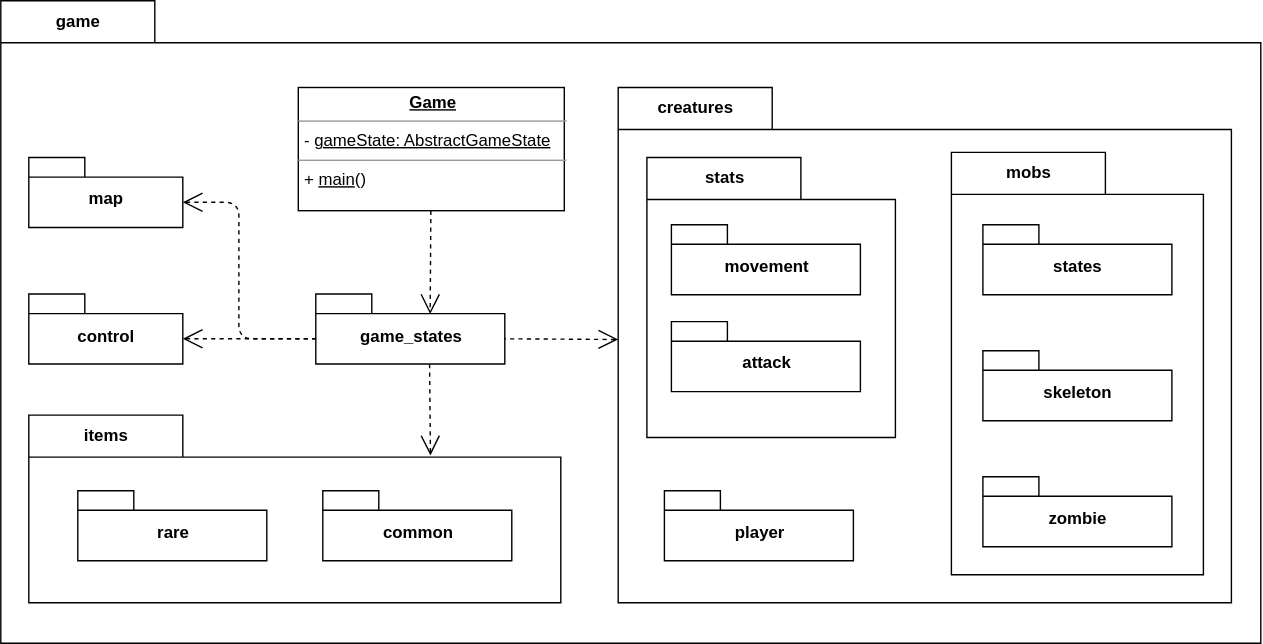
Earlier version of the draw.io export hw2/img/components.svg (rprtr258/program-architecture-homeworks). Source tidied: cells renumbered, new cells last; positions are measured from the earlier drawing's top-left corner, leaving out a move shared by most shapes.
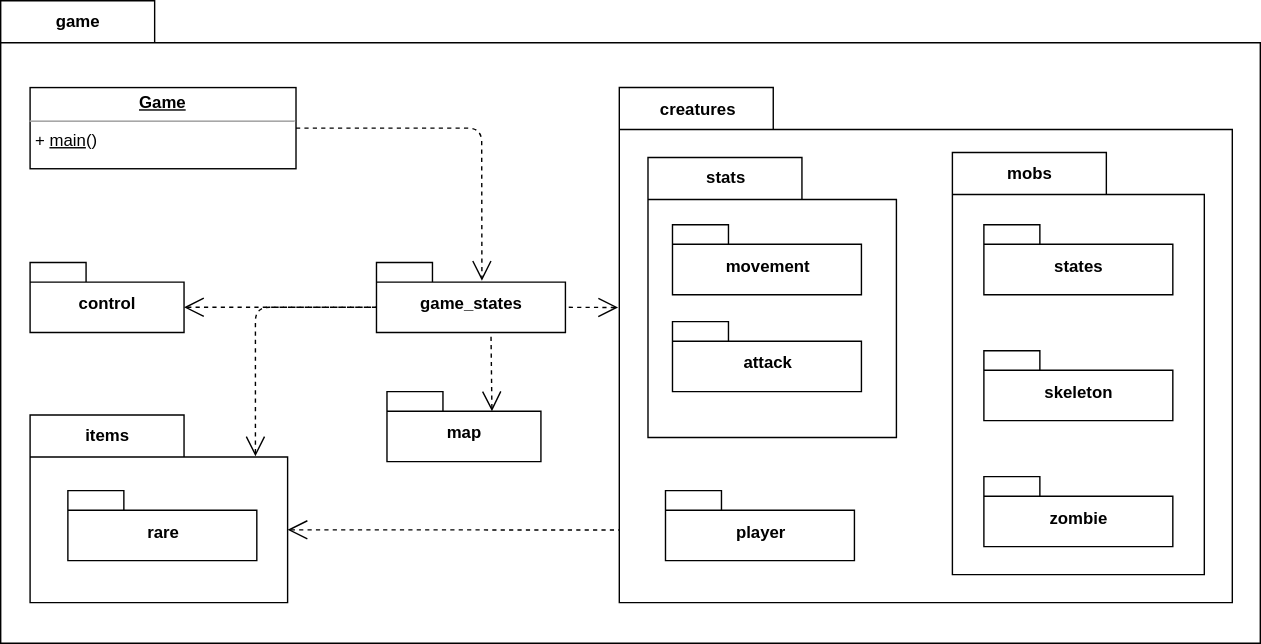
Above is the later version.

Change to the diagram source:
```diff
@@ -3,16 +3,16 @@
     <mxCell id="0" />
     <mxCell id="1" parent="0" />
     <mxCell id="2" value="game" style="shape=folder;fontStyle=1;tabWidth=110;tabHeight=30;tabPosition=left;html=1;boundedLbl=1;labelInHeader=1;" parent="1" vertex="1">
-      <mxGeometry width="900" height="459" as="geometry" />
+      <mxGeometry x="-1" width="900" height="459" as="geometry" />
     </mxCell>
     <mxCell id="3" value="control" style="shape=folder;fontStyle=1;spacingTop=10;tabWidth=40;tabHeight=14;tabPosition=left;html=1;" parent="1" vertex="1">
-      <mxGeometry x="20" y="209.5" width="110" height="50" as="geometry" />
+      <mxGeometry x="20" y="187" width="110" height="50" as="geometry" />
     </mxCell>
     <mxCell id="4" value="game_states" style="shape=folder;fontStyle=1;spacingTop=10;tabWidth=40;tabHeight=14;tabPosition=left;html=1;" parent="1" vertex="1">
-      <mxGeometry x="225" y="209.5" width="135" height="50" as="geometry" />
+      <mxGeometry x="267.5" y="187" width="135" height="50" as="geometry" />
     </mxCell>
     <mxCell id="5" value="map" style="shape=folder;fontStyle=1;spacingTop=10;tabWidth=40;tabHeight=14;tabPosition=left;html=1;" parent="1" vertex="1">
-      <mxGeometry x="20" y="112" width="110" height="50" as="geometry" />
+      <mxGeometry x="275" y="279.2" width="110" height="50" as="geometry" />
     </mxCell>
     <mxCell id="6" value="creatures" style="shape=folder;fontStyle=1;tabWidth=110;tabHeight=30;tabPosition=left;html=1;boundedLbl=1;labelInHeader=1;" parent="1" vertex="1">
       <mxGeometry x="441" y="62" width="438" height="368" as="geometry" />
@@ -41,39 +41,40 @@
     <mxCell id="14" value="attack" style="shape=folder;fontStyle=1;spacingTop=10;tabWidth=40;tabHeight=14;tabPosition=left;html=1;" parent="1" vertex="1">
       <mxGeometry x="479" y="229.2" width="135" height="50" as="geometry" />
     </mxCell>
-    <mxCell id="15" style="rounded=0;jettySize=auto;html=1;entryX=0;entryY=0;entryDx=0;entryDy=32;startArrow=open;startFill=0;endArrow=none;endFill=0;dashed=1;exitX=0;exitY=0;exitDx=110;exitDy=32;endSize=12;startSize=12;entryPerimeter=0;exitPerimeter=0;" parent="1" edge="1" source="3" target="4">
-      <mxGeometry relative="1" as="geometry" />
+    <mxCell id="15" style="rounded=1;jettySize=auto;html=1;startArrow=open;startFill=0;endArrow=none;endFill=0;dashed=1;exitX=0;exitY=0;exitDx=110;exitDy=32;endSize=12;startSize=12;exitPerimeter=0;edgeStyle=orthogonalEdgeStyle;entryX=0;entryY=0;entryDx=0;entryDy=32;entryPerimeter=0;" parent="1" edge="1" source="3" target="4">
+      <mxGeometry relative="1" as="geometry">
+        <Array as="points">
+          <mxPoint x="254" y="219" />
+          <mxPoint x="254" y="219" />
+        </Array>
+      </mxGeometry>
     </mxCell>
-    <mxCell id="16" style="rounded=1;jettySize=auto;html=1;startArrow=open;startFill=0;endArrow=none;endFill=0;dashed=1;exitX=0;exitY=0;exitDx=110;exitDy=32;endSize=12;startSize=12;exitPerimeter=0;entryX=0;entryY=0;entryDx=0;entryDy=32;entryPerimeter=0;edgeStyle=orthogonalEdgeStyle;" parent="1" edge="1" source="5" target="4">
-      <mxGeometry relative="1" as="geometry">
-        <Array as="points">
-          <mxPoint x="170" y="144" />
-          <mxPoint x="170" y="241" />
-        </Array>
-      </mxGeometry>
+    <mxCell id="16" style="rounded=1;jettySize=auto;html=1;startArrow=open;startFill=0;endArrow=none;endFill=0;dashed=1;exitX=0;exitY=0;exitDx=75;exitDy=14;endSize=12;startSize=12;exitPerimeter=0;entryX=0.606;entryY=1.002;entryDx=0;entryDy=0;entryPerimeter=0;" parent="1" edge="1" source="5" target="4">
+      <mxGeometry relative="1" as="geometry" />
     </mxCell>
-    <mxCell id="17" style="rounded=0;jettySize=auto;html=1;startArrow=open;startFill=0;endArrow=none;endFill=0;dashed=1;endSize=12;startSize=12;entryX=0.602;entryY=1.009;entryDx=0;entryDy=0;entryPerimeter=0;exitX=0.755;exitY=0.215;exitDx=0;exitDy=0;exitPerimeter=0;" parent="1" edge="1" source="19" target="4">
-      <mxGeometry relative="1" as="geometry" />
+    <mxCell id="17" style="rounded=1;jettySize=auto;html=1;startArrow=open;startFill=0;endArrow=none;endFill=0;dashed=1;endSize=12;startSize=12;entryX=0;entryY=0;entryDx=0;entryDy=32;entryPerimeter=0;exitX=0.875;exitY=0.22;exitDx=0;exitDy=0;exitPerimeter=0;edgeStyle=orthogonalEdgeStyle;" parent="1" edge="1" source="19" target="4">
+      <mxGeometry relative="1" as="geometry">
+        <Array as="points">
+          <mxPoint x="181" y="219" />
+        </Array>
+      </mxGeometry>
     </mxCell>
-    <mxCell id="18" style="rounded=0;orthogonalLoop=1;jettySize=auto;html=1;startArrow=open;startFill=0;endArrow=none;endFill=0;dashed=1;endSize=12;startSize=12;entryX=0;entryY=0;entryDx=135;entryDy=32;entryPerimeter=0;" parent="1" edge="1">
-      <mxGeometry relative="1" as="geometry">
-        <mxPoint x="441" y="242" as="sourcePoint" />
-        <mxPoint x="360" y="241.5" as="targetPoint" />
-      </mxGeometry>
+    <mxCell id="18" style="rounded=0;jettySize=auto;html=1;startArrow=open;startFill=0;endArrow=none;endFill=0;dashed=1;endSize=12;startSize=12;entryX=0;entryY=0;entryDx=135;entryDy=32;entryPerimeter=0;exitX=-0.002;exitY=0.427;exitDx=0;exitDy=0;exitPerimeter=0;" parent="1" edge="1" source="6" target="4">
+      <mxGeometry relative="1" as="geometry" />
     </mxCell>
     <mxCell id="19" value="items" style="shape=folder;fontStyle=1;tabWidth=110;tabHeight=30;tabPosition=left;html=1;boundedLbl=1;labelInHeader=1;" parent="1" vertex="1">
-      <mxGeometry x="20" y="296" width="380" height="134" as="geometry" />
+      <mxGeometry x="20" y="296" width="184" height="134" as="geometry" />
     </mxCell>
     <mxCell id="20" value="rare" style="shape=folder;fontStyle=1;spacingTop=10;tabWidth=40;tabHeight=14;tabPosition=left;html=1;" parent="1" vertex="1">
-      <mxGeometry x="55" y="350" width="135" height="50" as="geometry" />
+      <mxGeometry x="47" y="350" width="135" height="50" as="geometry" />
     </mxCell>
-    <mxCell id="21" value="common" style="shape=folder;fontStyle=1;spacingTop=10;tabWidth=40;tabHeight=14;tabPosition=left;html=1;" parent="1" vertex="1">
-      <mxGeometry x="230" y="350" width="135" height="50" as="geometry" />
+    <mxCell id="21" value="&lt;p style=&quot;margin: 0px ; margin-top: 4px ; text-align: center&quot;&gt;&lt;b&gt;&lt;u&gt;Game&lt;/u&gt;&lt;/b&gt;&lt;/p&gt;&lt;hr size=&quot;1&quot;&gt;&lt;p style=&quot;margin: 0px ; margin-left: 4px&quot;&gt;+ &lt;u&gt;main&lt;/u&gt;()&lt;/p&gt;" style="verticalAlign=top;align=left;overflow=fill;fontSize=12;fontFamily=Helvetica;html=1;" parent="1" vertex="1">
+      <mxGeometry x="20" y="62" width="190" height="58" as="geometry" />
     </mxCell>
-    <mxCell id="22" value="&lt;p style=&quot;margin: 0px ; margin-top: 4px ; text-align: center&quot;&gt;&lt;b&gt;&lt;u&gt;Game&lt;/u&gt;&lt;/b&gt;&lt;/p&gt;&lt;hr size=&quot;1&quot;&gt;&lt;p style=&quot;margin: 0px ; margin-left: 4px&quot;&gt;- &lt;u&gt;gameState: AbstractGameState&lt;/u&gt;&lt;/p&gt;&lt;hr size=&quot;1&quot;&gt;&lt;p style=&quot;margin: 0px ; margin-left: 4px&quot;&gt;+ &lt;u&gt;main&lt;/u&gt;()&lt;/p&gt;" style="verticalAlign=top;align=left;overflow=fill;fontSize=12;fontFamily=Helvetica;html=1;" parent="1" vertex="1">
-      <mxGeometry x="212.5" y="62" width="190" height="88" as="geometry" />
+    <mxCell id="22" style="rounded=1;jettySize=auto;html=1;startArrow=none;startFill=0;endArrow=open;endFill=0;dashed=1;endSize=12;startSize=12;edgeStyle=orthogonalEdgeStyle;entryX=0.558;entryY=0.26;entryDx=0;entryDy=0;entryPerimeter=0;" parent="1" edge="1" source="21" target="4">
+      <mxGeometry relative="1" as="geometry" />
     </mxCell>
-    <mxCell id="23" style="rounded=1;jettySize=auto;html=1;startArrow=none;startFill=0;endArrow=open;endFill=0;dashed=1;endSize=12;startSize=12;entryX=0.605;entryY=0.286;entryDx=0;entryDy=0;entryPerimeter=0;" parent="1" edge="1" source="22" target="4">
+    <mxCell id="23" style="rounded=0;jettySize=auto;html=1;startArrow=open;startFill=0;endArrow=none;endFill=0;dashed=1;endSize=12;startSize=12;entryX=0.001;entryY=0.859;entryDx=0;entryDy=0;entryPerimeter=0;exitX=0;exitY=0;exitDx=184;exitDy=82;exitPerimeter=0;" parent="1" edge="1" source="19" target="6">
       <mxGeometry relative="1" as="geometry" />
     </mxCell>
   </root>
```
